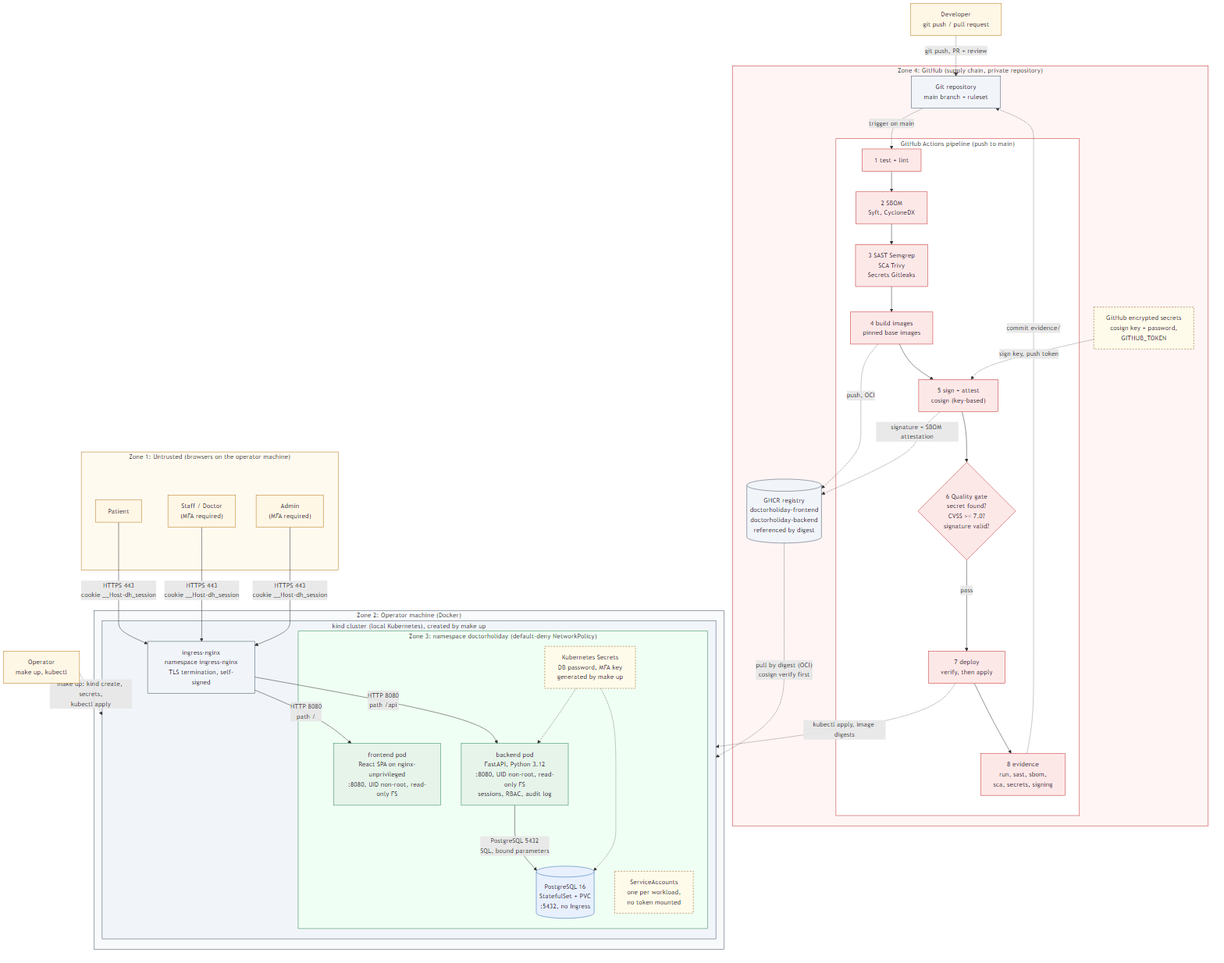
jankrus/doctorholiday keeps this Mermaid diagram as docs/architecture/architecture.png. Above is the earlier version. Its source is kept beside it as docs/architecture/architecture.mmd.
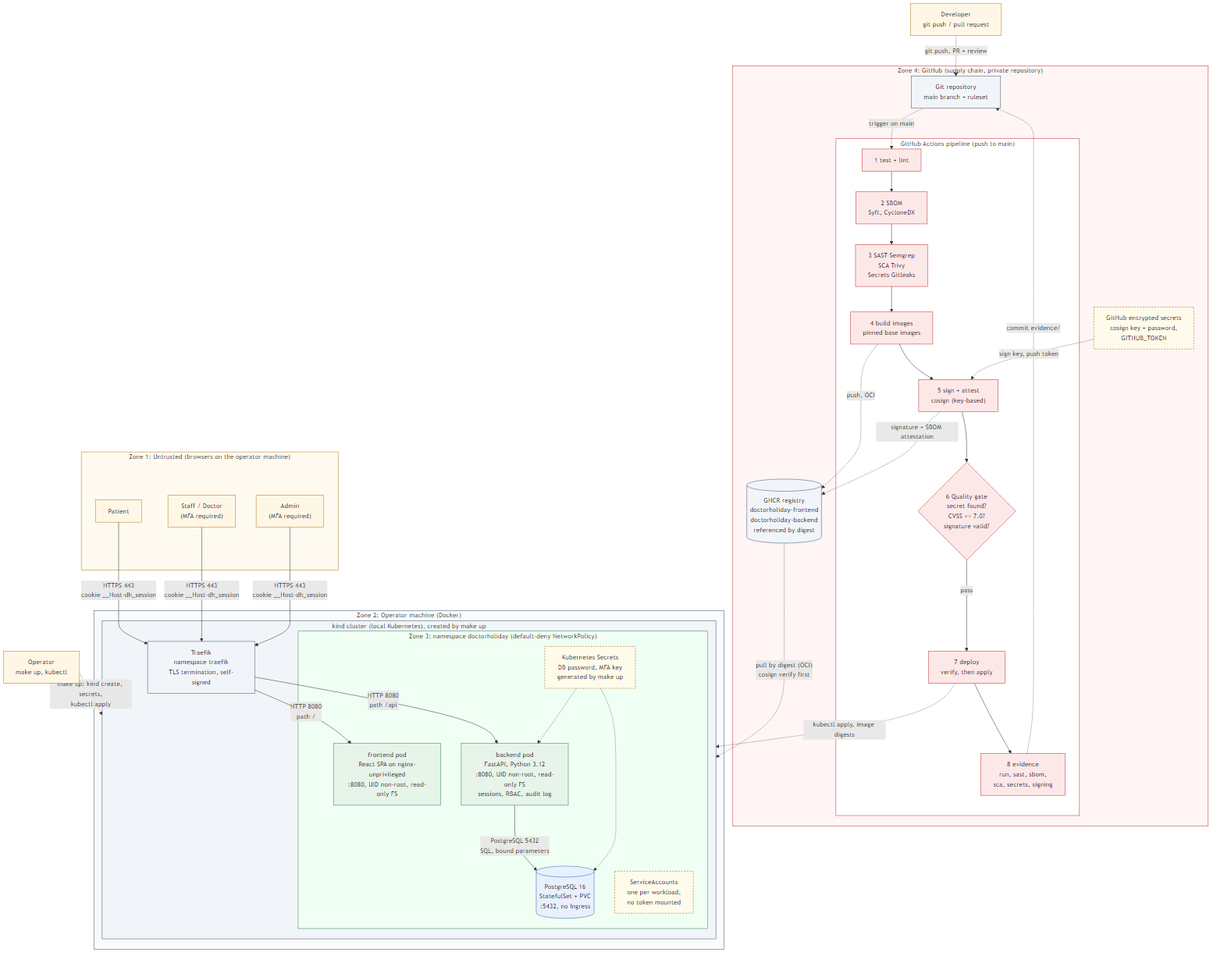
Above is the later version.

Change to the diagram source:
```diff
@@ -38,7 +38,7 @@
 
     subgraph ZH["Zone 2: Operator machine (Docker)"]
         subgraph KIND["kind cluster (local Kubernetes), created by make up"]
-            ING["ingress-nginx<br/>namespace ingress-nginx<br/>TLS termination, self-signed"]:::infra
+            ING["Traefik<br/>namespace traefik<br/>TLS termination, self-signed"]:::infra
             subgraph NS["Zone 3: namespace doctorholiday (default-deny NetworkPolicy)"]
                 direction TB
                 FE["frontend pod<br/>React SPA on nginx-unprivileged<br/>:8080, UID non-root, read-only FS"]:::app
```
